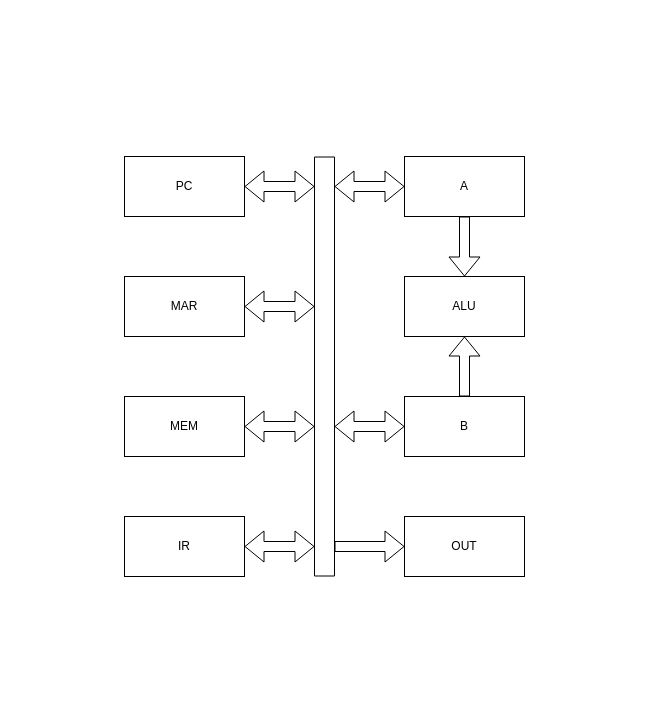
This is ASAP1.drawio from lbthomsen/asap-1, a draw.io file, before an edit. Source tidied: cells renumbered, new cells numbered last; positions are measured from the earlier drawing's top-left corner, leaving out a move shared by most shapes. Both pictures are drawn from the tidied source at 100%, with x=0, y=0 at pixel (124, 96).
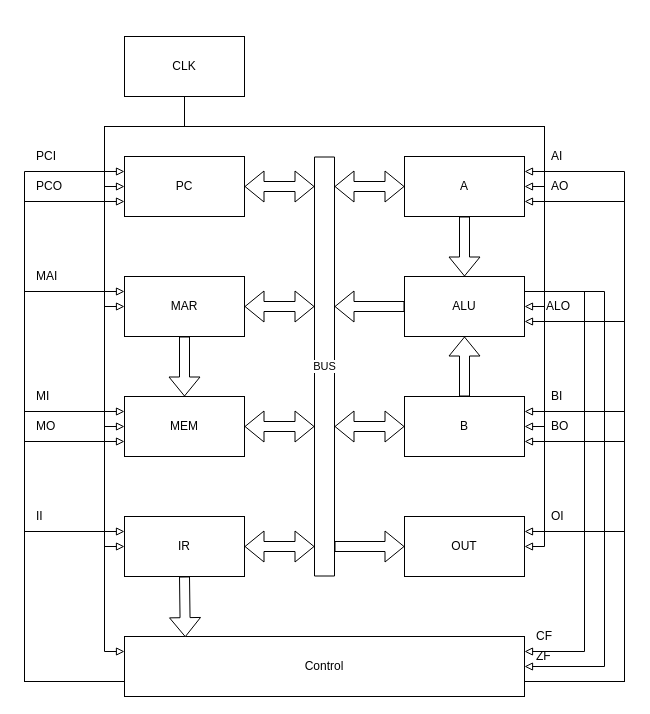
Above is the later version.

The change refers to these unchanged cells:
```xml
<mxCell id="2" value="A" style="rounded=0;whiteSpace=wrap;html=1;" parent="1" vertex="1">
  <mxGeometry x="280" y="60" width="120" height="60" as="geometry" />
</mxCell>
<mxCell id="3" value="B" style="rounded=0;whiteSpace=wrap;html=1;" parent="1" vertex="1">
  <mxGeometry x="280" y="300" width="120" height="60" as="geometry" />
</mxCell>
<mxCell id="4" value="ALU" style="rounded=0;whiteSpace=wrap;html=1;" parent="1" vertex="1">
  <mxGeometry x="280" y="180" width="120" height="60" as="geometry" />
</mxCell>
<mxCell id="5" value="PC" style="rounded=0;whiteSpace=wrap;html=1;" parent="1" vertex="1">
  <mxGeometry y="60" width="120" height="60" as="geometry" />
</mxCell>
<mxCell id="6" value="MAR" style="rounded=0;whiteSpace=wrap;html=1;" parent="1" vertex="1">
  <mxGeometry y="180" width="120" height="60" as="geometry" />
</mxCell>
<mxCell id="7" value="IR" style="rounded=0;whiteSpace=wrap;html=1;" parent="1" vertex="1">
  <mxGeometry y="420" width="120" height="60" as="geometry" />
</mxCell>
<mxCell id="8" value="MEM" style="rounded=0;whiteSpace=wrap;html=1;" parent="1" vertex="1">
  <mxGeometry y="300" width="120" height="60" as="geometry" />
</mxCell>
<mxCell id="9" value="OUT" style="rounded=0;whiteSpace=wrap;html=1;" parent="1" vertex="1">
  <mxGeometry x="280" y="420" width="120" height="60" as="geometry" />
</mxCell>
```

Change to the diagram source:
```diff
@@
+    <mxCell id="21" style="edgeStyle=orthogonalEdgeStyle;rounded=0;jettySize=auto;html=1;exitX=1;exitY=0.5;exitDx=0;exitDy=0;entryX=0.5;entryY=1;entryDx=0;entryDy=0;startArrow=block;startFill=0;endArrow=none;endFill=0;endSize=6;fillColor=default;" parent="1" edge="1" source="2" target="37">
+      <mxGeometry relative="1" as="geometry" />
+    </mxCell>
+    <mxCell id="22" style="edgeStyle=orthogonalEdgeStyle;rounded=0;jettySize=auto;html=1;exitX=1;exitY=0.25;exitDx=0;exitDy=0;entryX=1;entryY=0.75;entryDx=0;entryDy=0;startArrow=block;startFill=0;endArrow=none;endFill=0;endSize=6;fillColor=default;" parent="1" edge="1" source="2" target="45">
+      <mxGeometry relative="1" as="geometry">
+        <Array as="points">
+          <mxPoint x="500" y="75" />
+          <mxPoint x="500" y="585" />
+        </Array>
+      </mxGeometry>
+    </mxCell>
+    <mxCell id="23" style="edgeStyle=orthogonalEdgeStyle;rounded=0;jettySize=auto;html=1;exitX=1;exitY=0.75;exitDx=0;exitDy=0;entryX=1;entryY=0.75;entryDx=0;entryDy=0;startArrow=block;startFill=0;endArrow=none;endFill=0;endSize=6;fillColor=default;" parent="1" edge="1" source="2" target="45">
+      <mxGeometry relative="1" as="geometry">
+        <Array as="points">
+          <mxPoint x="500" y="105" />
+          <mxPoint x="500" y="585" />
+        </Array>
+      </mxGeometry>
+    </mxCell>
@@
+    <mxCell id="24" style="edgeStyle=orthogonalEdgeStyle;rounded=0;jettySize=auto;html=1;exitX=1;exitY=0.5;exitDx=0;exitDy=0;entryX=0.5;entryY=1;entryDx=0;entryDy=0;startArrow=block;startFill=0;endArrow=none;endFill=0;endSize=6;fillColor=default;" parent="1" edge="1" source="3" target="37">
+      <mxGeometry relative="1" as="geometry">
+        <Array as="points">
+          <mxPoint x="420" y="330" />
+          <mxPoint x="420" y="30" />
+          <mxPoint x="60" y="30" />
+        </Array>
+      </mxGeometry>
+    </mxCell>
@@
+    <mxCell id="25" style="edgeStyle=orthogonalEdgeStyle;rounded=0;jettySize=auto;html=1;exitX=1;exitY=0.5;exitDx=0;exitDy=0;entryX=0.5;entryY=1;entryDx=0;entryDy=0;startArrow=block;startFill=0;endArrow=none;endFill=0;endSize=6;fillColor=default;" parent="1" edge="1" source="4" target="37">
+      <mxGeometry relative="1" as="geometry">
+        <Array as="points">
+          <mxPoint x="420" y="210" />
+          <mxPoint x="420" y="30" />
+          <mxPoint x="60" y="30" />
+        </Array>
+      </mxGeometry>
+    </mxCell>
@@
+    <mxCell id="26" style="edgeStyle=orthogonalEdgeStyle;rounded=0;jettySize=auto;html=1;exitX=0;exitY=0.5;exitDx=0;exitDy=0;entryX=0.5;entryY=1;entryDx=0;entryDy=0;startArrow=block;startFill=0;endArrow=none;endFill=0;endSize=6;fillColor=default;" parent="1" edge="1" source="5" target="37">
+      <mxGeometry relative="1" as="geometry" />
+    </mxCell>
+    <mxCell id="27" style="edgeStyle=orthogonalEdgeStyle;rounded=0;jettySize=auto;html=1;exitX=0;exitY=0.25;exitDx=0;exitDy=0;entryX=0;entryY=0.75;entryDx=0;entryDy=0;startArrow=block;startFill=0;endArrow=none;endFill=0;endSize=6;fillColor=default;" parent="1" edge="1" source="5" target="45">
+      <mxGeometry relative="1" as="geometry">
+        <Array as="points">
+          <mxPoint x="-100" y="75" />
+          <mxPoint x="-100" y="585" />
+        </Array>
+      </mxGeometry>
+    </mxCell>
+    <mxCell id="28" style="edgeStyle=orthogonalEdgeStyle;rounded=0;jettySize=auto;html=1;exitX=0;exitY=0.75;exitDx=0;exitDy=0;entryX=0;entryY=0.75;entryDx=0;entryDy=0;startArrow=block;startFill=0;endArrow=none;endFill=0;endSize=6;fillColor=default;" parent="1" edge="1" source="5" target="45">
+      <mxGeometry relative="1" as="geometry">
+        <Array as="points">
+          <mxPoint x="-100" y="105" />
+          <mxPoint x="-100" y="585" />
+        </Array>
+      </mxGeometry>
+    </mxCell>
@@
+    <mxCell id="29" style="edgeStyle=orthogonalEdgeStyle;rounded=0;jettySize=auto;html=1;exitX=0;exitY=0.5;exitDx=0;exitDy=0;entryX=0.5;entryY=1;entryDx=0;entryDy=0;startArrow=block;startFill=0;endArrow=none;endFill=0;endSize=6;fillColor=default;" parent="1" edge="1" source="6" target="37">
+      <mxGeometry relative="1" as="geometry">
+        <Array as="points">
+          <mxPoint x="-20" y="210" />
+          <mxPoint x="-20" y="30" />
+          <mxPoint x="60" y="30" />
+        </Array>
+      </mxGeometry>
+    </mxCell>
+    <mxCell id="30" style="edgeStyle=orthogonalEdgeStyle;rounded=0;jettySize=auto;html=1;exitX=0;exitY=0.25;exitDx=0;exitDy=0;startArrow=block;startFill=0;endArrow=none;endFill=0;endSize=6;fillColor=default;entryX=0;entryY=0.75;entryDx=0;entryDy=0;" parent="1" edge="1" source="6" target="45">
+      <mxGeometry relative="1" as="geometry">
+        <Array as="points">
+          <mxPoint x="-100" y="195" />
+          <mxPoint x="-100" y="585" />
+        </Array>
+      </mxGeometry>
+    </mxCell>
@@
+    <mxCell id="31" style="edgeStyle=orthogonalEdgeStyle;rounded=0;jettySize=auto;html=1;exitX=0;exitY=0.5;exitDx=0;exitDy=0;startArrow=block;startFill=0;endArrow=none;endFill=0;endSize=6;fillColor=default;" parent="1" edge="1" source="7">
+      <mxGeometry relative="1" as="geometry">
+        <mxPoint x="60" as="targetPoint" />
+        <Array as="points">
+          <mxPoint x="-20" y="450" />
+          <mxPoint x="-20" y="30" />
+          <mxPoint x="60" y="30" />
+        </Array>
+      </mxGeometry>
+    </mxCell>
+    <mxCell id="32" style="edgeStyle=orthogonalEdgeStyle;rounded=0;jettySize=auto;html=1;exitX=0;exitY=0.25;exitDx=0;exitDy=0;startArrow=block;startFill=0;endArrow=none;endFill=0;endSize=6;fillColor=default;entryX=0;entryY=0.75;entryDx=0;entryDy=0;" parent="1" edge="1" source="7" target="45">
+      <mxGeometry relative="1" as="geometry">
+        <Array as="points">
+          <mxPoint x="-100" y="435" />
+          <mxPoint x="-100" y="585" />
+        </Array>
+      </mxGeometry>
+    </mxCell>
@@
+    <mxCell id="33" style="edgeStyle=orthogonalEdgeStyle;rounded=0;jettySize=auto;html=1;exitX=0;exitY=0.5;exitDx=0;exitDy=0;entryX=0.5;entryY=1;entryDx=0;entryDy=0;startArrow=block;startFill=0;endArrow=none;endFill=0;endSize=6;fillColor=default;" parent="1" edge="1" source="8" target="37">
+      <mxGeometry relative="1" as="geometry">
+        <Array as="points">
+          <mxPoint x="-20" y="330" />
+          <mxPoint x="-20" y="30" />
+          <mxPoint x="60" y="30" />
+        </Array>
+      </mxGeometry>
+    </mxCell>
+    <mxCell id="34" style="edgeStyle=orthogonalEdgeStyle;rounded=0;jettySize=auto;html=1;exitX=0;exitY=0.25;exitDx=0;exitDy=0;entryX=0;entryY=0.75;entryDx=0;entryDy=0;startArrow=block;startFill=0;endArrow=none;endFill=0;endSize=6;fillColor=default;" parent="1" edge="1" source="8" target="45">
+      <mxGeometry relative="1" as="geometry">
+        <Array as="points">
+          <mxPoint x="-100" y="315" />
+          <mxPoint x="-100" y="585" />
+        </Array>
+      </mxGeometry>
+    </mxCell>
+    <mxCell id="35" style="edgeStyle=orthogonalEdgeStyle;rounded=0;jettySize=auto;html=1;exitX=0;exitY=0.75;exitDx=0;exitDy=0;startArrow=block;startFill=0;endArrow=none;endFill=0;endSize=6;fillColor=default;entryX=0;entryY=0.75;entryDx=0;entryDy=0;" parent="1" edge="1" source="8" target="45">
+      <mxGeometry relative="1" as="geometry">
+        <Array as="points">
+          <mxPoint x="-100" y="345" />
+          <mxPoint x="-100" y="585" />
+        </Array>
+      </mxGeometry>
+    </mxCell>
@@
+    <mxCell id="36" style="edgeStyle=orthogonalEdgeStyle;rounded=0;jettySize=auto;html=1;exitX=1;exitY=0.5;exitDx=0;exitDy=0;entryX=0.5;entryY=1;entryDx=0;entryDy=0;startArrow=block;startFill=0;endArrow=none;endFill=0;endSize=6;fillColor=default;" parent="1" edge="1" source="9" target="37">
+      <mxGeometry relative="1" as="geometry">
+        <Array as="points">
+          <mxPoint x="420" y="450" />
+          <mxPoint x="420" y="30" />
+          <mxPoint x="60" y="30" />
+        </Array>
+      </mxGeometry>
+    </mxCell>
@@
     <mxCell id="10" style="shape=flexArrow;endArrow=none;html=1;rounded=0;strokeColor=none;endFill=0;" parent="1" edge="1">
       <mxGeometry relative="1" as="geometry">
-        <mxPoint x="170" y="460" as="sourcePoint" />
-        <mxPoint x="170" as="targetPoint" />
+        <mxPoint x="50" y="380" as="sourcePoint" />
+        <mxPoint x="50" y="-80" as="targetPoint" />
       </mxGeometry>
     </mxCell>
-    <mxCell id="11" style="shape=flexArrow;endArrow=none;html=1;rounded=0;endFill=0;fillColor=default;endSize=6;width=20;" parent="1" edge="1">
+    <mxCell id="11" value="BUS" style="shape=flexArrow;endArrow=none;html=1;rounded=0;endFill=0;fillColor=default;endSize=6;width=20;" parent="1" edge="1">
       <mxGeometry relative="1" as="geometry">
         <mxPoint x="200" y="480" as="sourcePoint" />
         <mxPoint x="200" y="60" as="targetPoint" />
       </mxGeometry>
     </mxCell>
@@
+    <mxCell id="37" value="CLK" style="rounded=0;whiteSpace=wrap;html=1;" parent="1" vertex="1">
+      <mxGeometry y="-60" width="120" height="60" as="geometry" />
+    </mxCell>
+    <mxCell id="38" style="edgeStyle=orthogonalEdgeStyle;rounded=0;jettySize=auto;html=1;exitX=0;exitY=0.25;exitDx=0;exitDy=0;entryX=0.5;entryY=1;entryDx=0;entryDy=0;startArrow=block;startFill=0;endArrow=none;endFill=0;endSize=6;fillColor=default;" parent="1" edge="1" source="45" target="37">
+      <mxGeometry relative="1" as="geometry">
+        <Array as="points">
+          <mxPoint x="-20" y="555" />
+          <mxPoint x="-20" y="30" />
+          <mxPoint x="60" y="30" />
+        </Array>
+      </mxGeometry>
+    </mxCell>
+    <mxCell id="39" style="edgeStyle=orthogonalEdgeStyle;rounded=0;jettySize=auto;html=1;exitX=1;exitY=0.25;exitDx=0;exitDy=0;entryX=1;entryY=0.25;entryDx=0;entryDy=0;startArrow=block;startFill=0;endArrow=none;endFill=0;endSize=6;fillColor=default;" parent="1" edge="1" source="45" target="4">
+      <mxGeometry relative="1" as="geometry">
+        <Array as="points">
+          <mxPoint x="460" y="555" />
+          <mxPoint x="460" y="195" />
+        </Array>
+      </mxGeometry>
+    </mxCell>
+    <mxCell id="40" style="edgeStyle=orthogonalEdgeStyle;rounded=0;jettySize=auto;html=1;exitX=1;exitY=0.5;exitDx=0;exitDy=0;entryX=1;entryY=0.25;entryDx=0;entryDy=0;startArrow=block;startFill=0;endArrow=none;endFill=0;endSize=6;fillColor=default;" parent="1" edge="1" source="45" target="4">
+      <mxGeometry relative="1" as="geometry">
+        <Array as="points">
+          <mxPoint x="480" y="570" />
+          <mxPoint x="480" y="195" />
+        </Array>
+      </mxGeometry>
+    </mxCell>
+    <mxCell id="41" style="edgeStyle=orthogonalEdgeStyle;rounded=0;jettySize=auto;html=1;exitX=1;exitY=0.75;exitDx=0;exitDy=0;entryX=1;entryY=0.25;entryDx=0;entryDy=0;startArrow=none;startFill=0;endArrow=block;endFill=0;endSize=6;fillColor=default;" parent="1" edge="1" source="45" target="3">
+      <mxGeometry relative="1" as="geometry">
+        <Array as="points">
+          <mxPoint x="500" y="585" />
+          <mxPoint x="500" y="315" />
+        </Array>
+      </mxGeometry>
+    </mxCell>
+    <mxCell id="42" style="edgeStyle=orthogonalEdgeStyle;rounded=0;jettySize=auto;html=1;exitX=1;exitY=0.75;exitDx=0;exitDy=0;entryX=1;entryY=0.75;entryDx=0;entryDy=0;startArrow=none;startFill=0;endArrow=block;endFill=0;endSize=6;fillColor=default;" parent="1" edge="1" source="45" target="3">
+      <mxGeometry relative="1" as="geometry">
+        <Array as="points">
+          <mxPoint x="500" y="585" />
+          <mxPoint x="500" y="345" />
+        </Array>
+      </mxGeometry>
+    </mxCell>
+    <mxCell id="43" style="edgeStyle=orthogonalEdgeStyle;rounded=0;jettySize=auto;html=1;exitX=1;exitY=0.75;exitDx=0;exitDy=0;entryX=1;entryY=0.25;entryDx=0;entryDy=0;startArrow=none;startFill=0;endArrow=block;endFill=0;endSize=6;fillColor=default;" parent="1" edge="1" source="45" target="9">
+      <mxGeometry relative="1" as="geometry">
+        <Array as="points">
+          <mxPoint x="500" y="585" />
+          <mxPoint x="500" y="435" />
+        </Array>
+      </mxGeometry>
+    </mxCell>
+    <mxCell id="44" style="edgeStyle=orthogonalEdgeStyle;rounded=0;jettySize=auto;html=1;exitX=1;exitY=0.75;exitDx=0;exitDy=0;entryX=1;entryY=0.75;entryDx=0;entryDy=0;startArrow=none;startFill=0;endArrow=block;endFill=0;endSize=6;fillColor=default;" parent="1" edge="1" source="45" target="4">
+      <mxGeometry relative="1" as="geometry">
+        <Array as="points">
+          <mxPoint x="500" y="585" />
+          <mxPoint x="500" y="225" />
+        </Array>
+      </mxGeometry>
+    </mxCell>
+    <mxCell id="45" value="Control" style="rounded=0;whiteSpace=wrap;html=1;" parent="1" vertex="1">
+      <mxGeometry y="540" width="400" height="60" as="geometry" />
+    </mxCell>
+    <mxCell id="46" style="shape=flexArrow;endArrow=none;startArrow=block;html=1;rounded=0;endSize=6;fillColor=default;entryX=0.5;entryY=1;entryDx=0;entryDy=0;exitX=0.152;exitY=0.011;exitDx=0;exitDy=0;exitPerimeter=0;startFill=0;endFill=0;" parent="1" edge="1" source="45" target="7">
+      <mxGeometry relative="1" as="geometry" />
+    </mxCell>
+    <mxCell id="47" value="PCI" style="text;html=1;align=left;verticalAlign=middle;strokeColor=none;fillColor=none;" parent="1" vertex="1">
+      <mxGeometry x="-90" y="50" width="40" height="20" as="geometry" />
+    </mxCell>
+    <mxCell id="48" value="PCO" style="text;html=1;align=left;verticalAlign=middle;strokeColor=none;fillColor=none;" parent="1" vertex="1">
+      <mxGeometry x="-90" y="80" width="40" height="20" as="geometry" />
+    </mxCell>
+    <mxCell id="49" value="MAI" style="text;html=1;align=left;verticalAlign=middle;strokeColor=none;fillColor=none;" parent="1" vertex="1">
+      <mxGeometry x="-90" y="170" width="40" height="20" as="geometry" />
+    </mxCell>
+    <mxCell id="50" value="MI" style="text;html=1;align=left;verticalAlign=middle;strokeColor=none;fillColor=none;" parent="1" vertex="1">
+      <mxGeometry x="-90" y="290" width="30" height="20" as="geometry" />
+    </mxCell>
+    <mxCell id="51" value="MO" style="text;html=1;align=left;verticalAlign=middle;strokeColor=none;fillColor=none;" parent="1" vertex="1">
+      <mxGeometry x="-90" y="320" width="30" height="20" as="geometry" />
+    </mxCell>
+    <mxCell id="52" value="II" style="text;html=1;align=left;verticalAlign=middle;strokeColor=none;fillColor=none;" parent="1" vertex="1">
+      <mxGeometry x="-90" y="410" width="20" height="20" as="geometry" />
+    </mxCell>
+    <mxCell id="53" value="AI" style="text;html=1;align=left;verticalAlign=middle;strokeColor=none;fillColor=none;" parent="1" vertex="1">
+      <mxGeometry x="425" y="50" width="30" height="20" as="geometry" />
+    </mxCell>
+    <mxCell id="54" value="AO" style="text;html=1;align=left;verticalAlign=middle;strokeColor=none;fillColor=none;" parent="1" vertex="1">
+      <mxGeometry x="425" y="80" width="30" height="20" as="geometry" />
+    </mxCell>
+    <mxCell id="55" value="ZF" style="text;html=1;align=left;verticalAlign=middle;strokeColor=none;fillColor=none;" parent="1" vertex="1">
+      <mxGeometry x="410" y="550" width="30" height="20" as="geometry" />
+    </mxCell>
+    <mxCell id="56" value="CF" style="text;html=1;align=left;verticalAlign=middle;strokeColor=none;fillColor=none;" parent="1" vertex="1">
+      <mxGeometry x="410" y="530" width="30" height="20" as="geometry" />
+    </mxCell>
+    <mxCell id="57" value="BI" style="text;html=1;align=left;verticalAlign=middle;strokeColor=none;fillColor=none;" parent="1" vertex="1">
+      <mxGeometry x="425" y="290" width="30" height="20" as="geometry" />
+    </mxCell>
+    <mxCell id="58" value="BO" style="text;html=1;align=left;verticalAlign=middle;strokeColor=none;fillColor=none;" parent="1" vertex="1">
+      <mxGeometry x="425" y="320" width="30" height="20" as="geometry" />
+    </mxCell>
+    <mxCell id="59" value="OI" style="text;html=1;align=left;verticalAlign=middle;strokeColor=none;fillColor=none;" parent="1" vertex="1">
+      <mxGeometry x="425" y="410" width="30" height="20" as="geometry" />
+    </mxCell>
+    <mxCell id="60" style="shape=flexArrow;endArrow=classic;startArrow=none;html=1;rounded=0;endSize=6;fillColor=default;startFill=0;" parent="1" edge="1" source="4">
+      <mxGeometry relative="1" as="geometry">
+        <mxPoint x="210" y="210" as="targetPoint" />
+      </mxGeometry>
+    </mxCell>
+    <mxCell id="61" value="ALO" style="text;html=1;align=left;verticalAlign=middle;strokeColor=none;fillColor=none;" parent="1" vertex="1">
+      <mxGeometry x="420" y="200" width="40" height="20" as="geometry" />
+    </mxCell>
+    <mxCell id="62" style="shape=flexArrow;endArrow=none;startArrow=block;html=1;rounded=0;endSize=6;fillColor=default;entryX=0.5;entryY=1;entryDx=0;entryDy=0;exitX=0.5;exitY=0;exitDx=0;exitDy=0;startFill=0;endFill=0;" parent="1" edge="1" source="8" target="6">
+      <mxGeometry relative="1" as="geometry" />
+    </mxCell>
```
